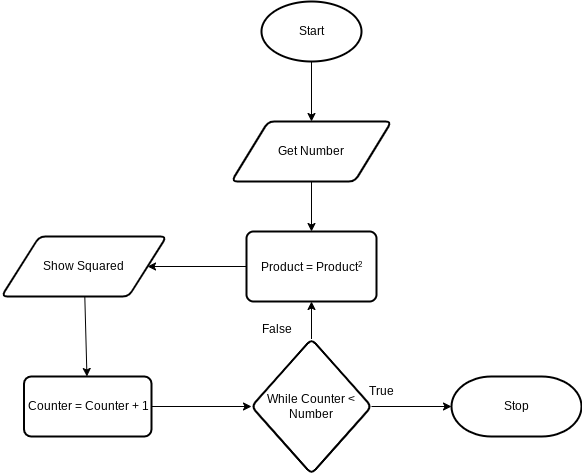
Ethan-Prieur1/ICS3U-Unit4-03-Python keeps this draw.io diagram as flowchart.png. Above is the earlier version. Source tidied: cells renumbered, new cells last; positions are measured from the earlier drawing's top-left corner, leaving out a move shared by most shapes.
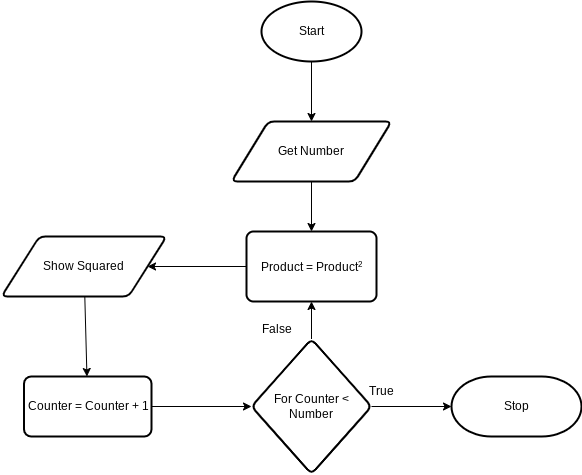
The same diagram one commit later.

Commit message:
i will survive

What changed in the source:
```diff
@@ -41,7 +41,7 @@
     <mxCell id="14" style="edgeStyle=none;html=1;exitX=1;exitY=0.5;exitDx=0;exitDy=0;" parent="1" edge="1" source="15" target="10">
       <mxGeometry relative="1" as="geometry" />
     </mxCell>
-    <mxCell id="15" value="While Counter &amp;lt; Number" style="rhombus;whiteSpace=wrap;html=1;strokeWidth=2;rounded=1;arcSize=12;" parent="1" vertex="1">
+    <mxCell id="15" value="For Counter &amp;lt; Number" style="rhombus;whiteSpace=wrap;html=1;strokeWidth=2;rounded=1;arcSize=12;" parent="1" vertex="1">
       <mxGeometry x="250" y="337.5" width="120" height="135" as="geometry" />
     </mxCell>
     <mxCell id="16" value="False" style="text;html=1;align=center;verticalAlign=middle;strokeColor=none;fillColor=none;" parent="1" vertex="1">
```
